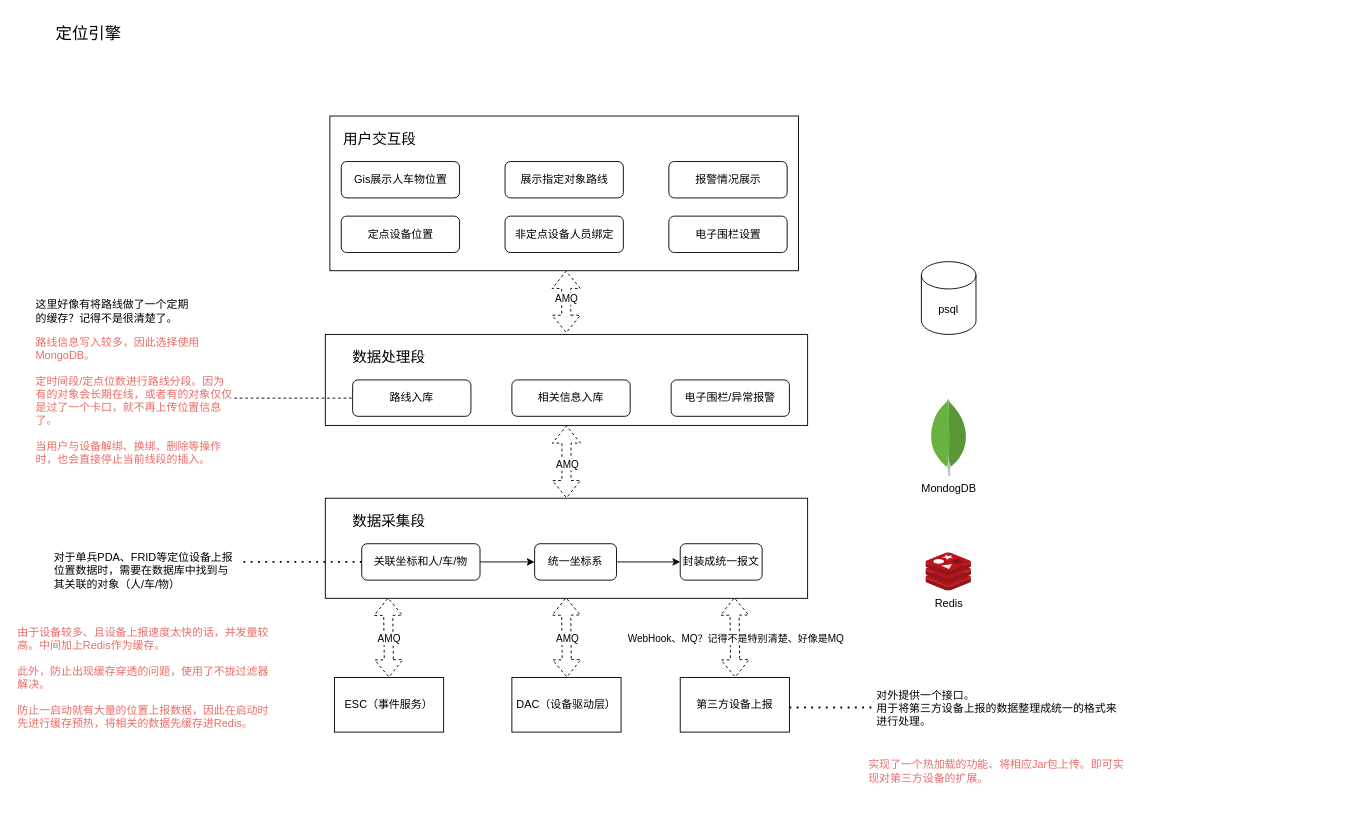
Earlier version of the draw.io diagram 2023-11-21.drawio (LittleY98/Draw_Repository). Source tidied: cells renumbered, new cells numbered last; positions are measured from the earlier drawing's top-left corner, leaving out a move shared by most shapes. Both pictures are drawn from the tidied source at 91%, with x=0, y=0 at pixel (15, 15).
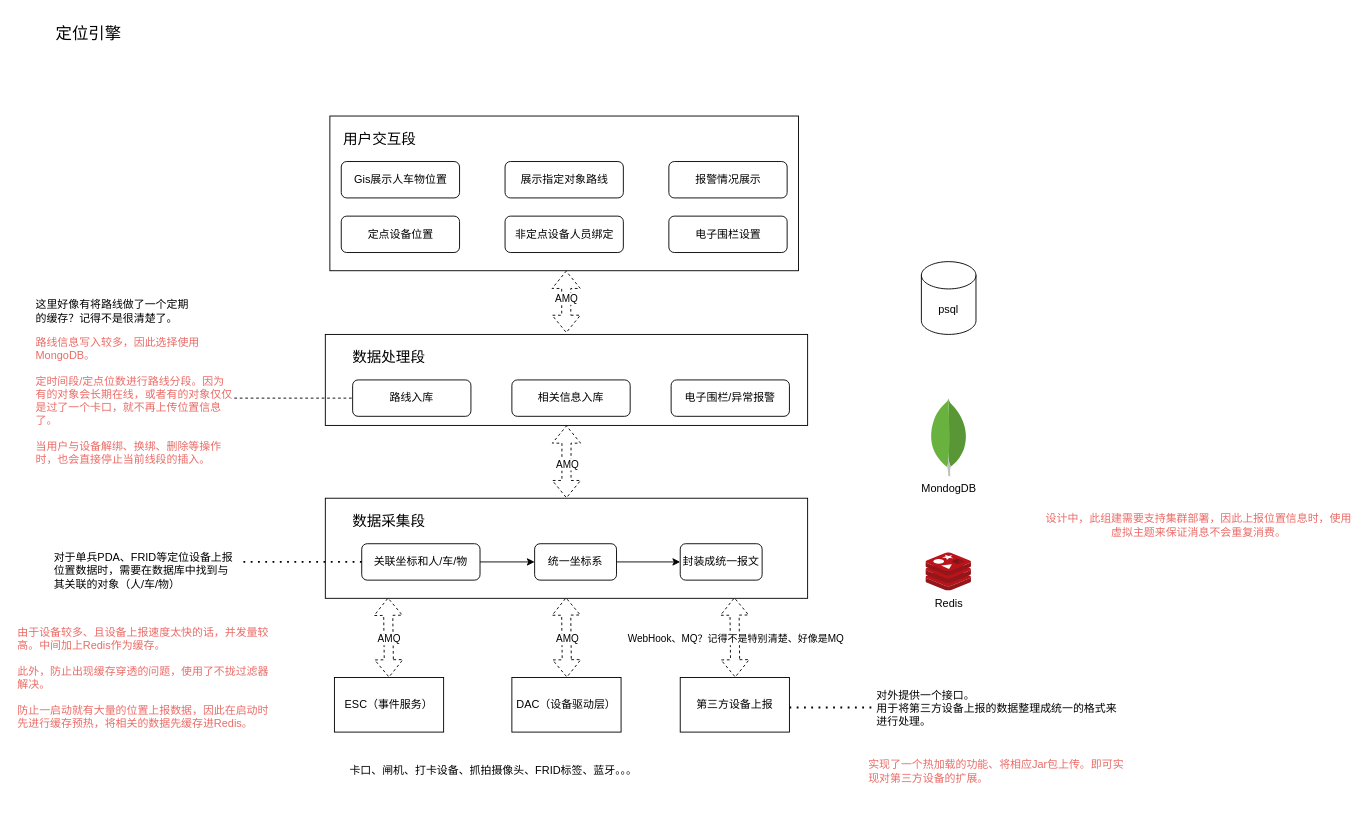
The same page after the edit.

The edit, as a diff of the source:
```diff
@@
+    <mxCell id="48" value="设计中，此组建需要支持集群部署，因此上报位置信息时，使用虚拟主题来保证消息不会重复消费。" style="text;html=1;align=center;verticalAlign=middle;whiteSpace=wrap;rounded=0;fontColor=#EA6B66;" parent="1" vertex="1">
+      <mxGeometry x="1130" y="495" width="340" height="130" as="geometry" />
+    </mxCell>
+    <mxCell id="49" value="卡口、闸机、打卡设备、抓拍摄像头、FRID标签、蓝牙。。。" style="text;html=1;align=center;verticalAlign=middle;whiteSpace=wrap;rounded=0;" parent="1" vertex="1">
+      <mxGeometry x="350" y="800" width="350" height="60" as="geometry" />
+    </mxCell>
```
